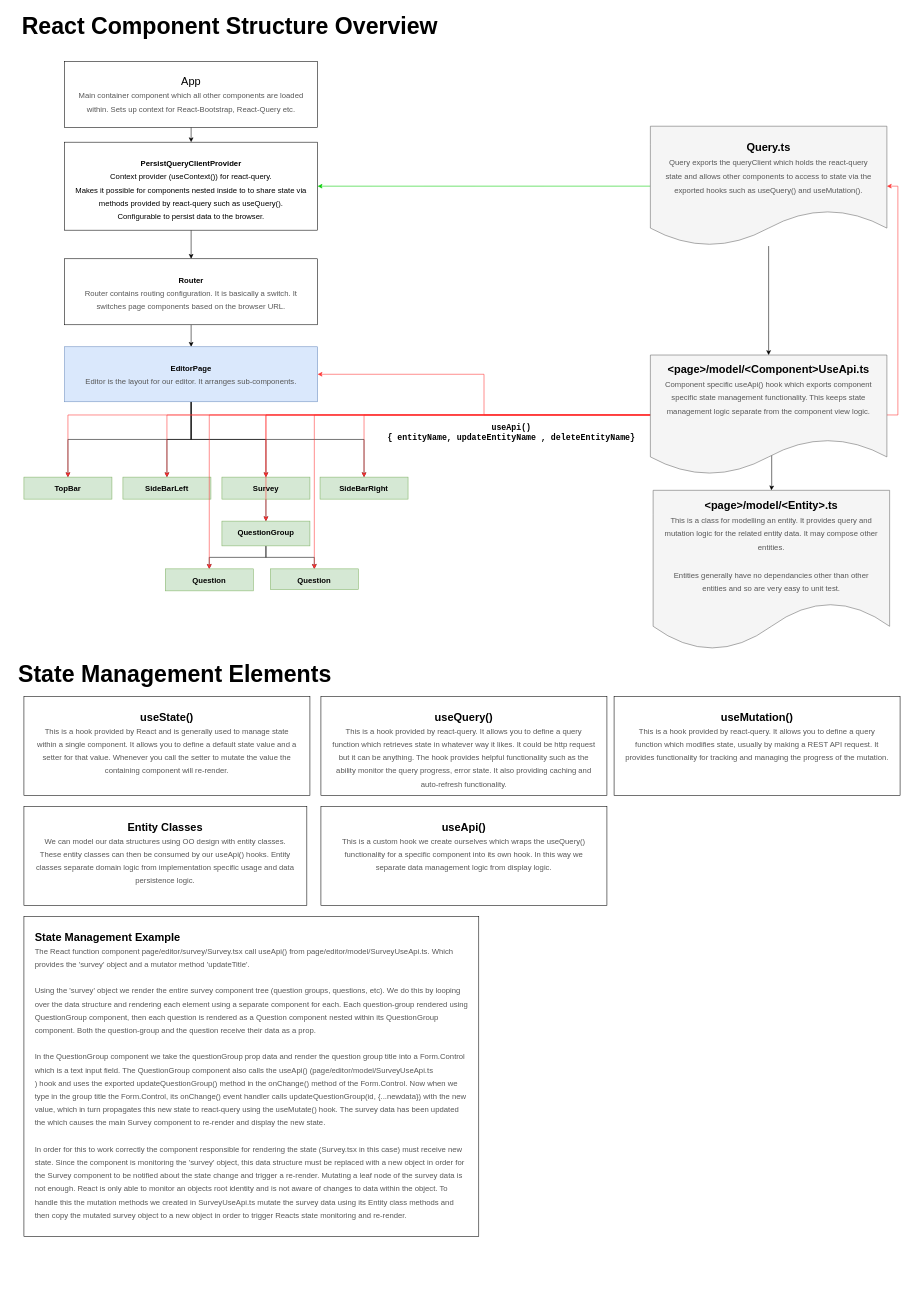
This is docs/ReactEditorComponents.drawio from LimeSurvey/react-app-proto, a draw.io file, before an edit. Source tidied: cells renumbered, new cells numbered last; positions are measured from the earlier drawing's top-left corner, leaving out a move shared by most shapes. Both pictures are drawn from the tidied source at 55%, with x=0, y=0 at pixel (9, 9).
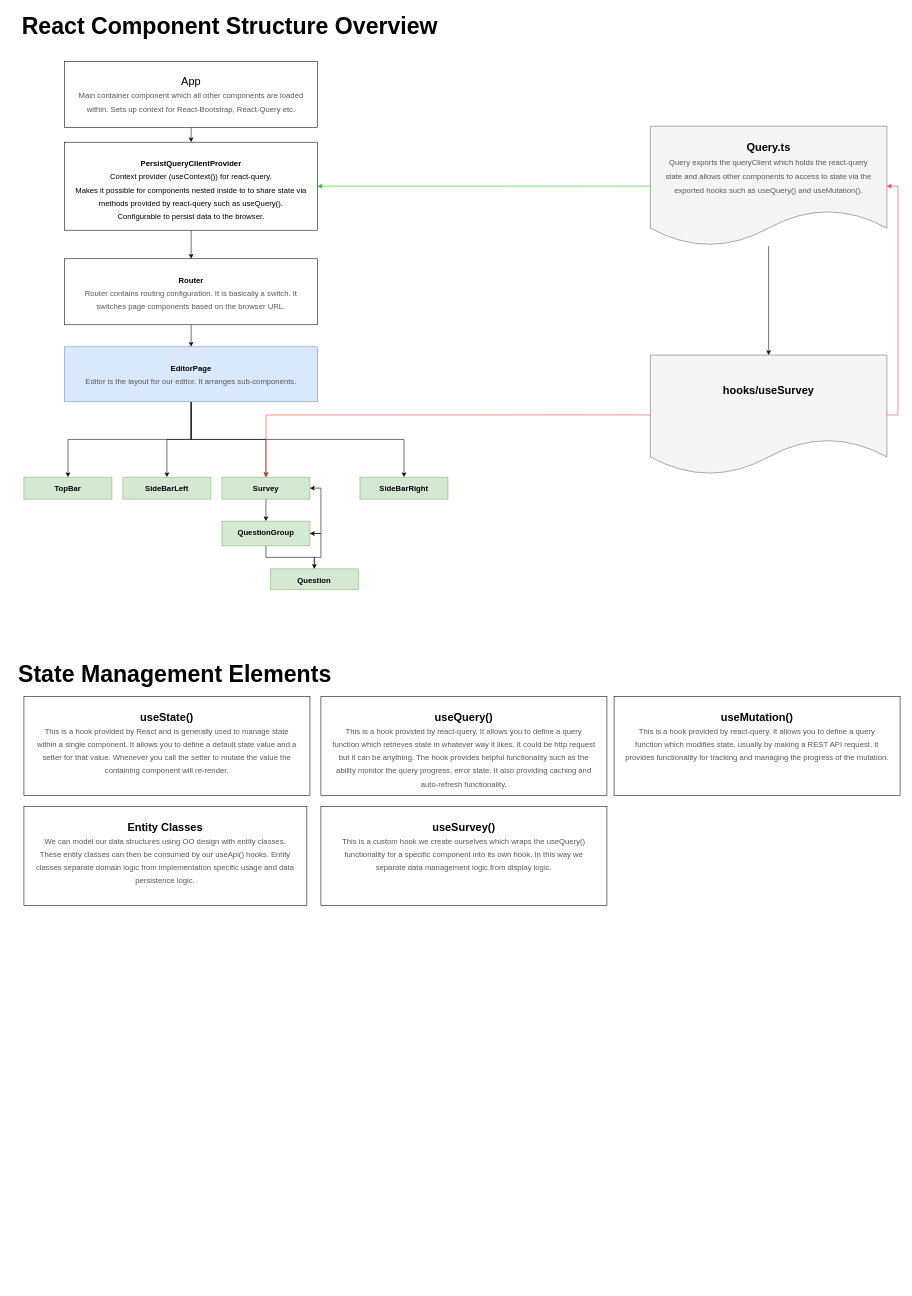
After the change.

The change refers to these unchanged cells:
```xml
<mxCell id="11" value="&lt;font style=&quot;font-size: 14px;&quot;&gt;EditorPage&lt;br&gt;&lt;font style=&quot;font-weight: normal;&quot; color=&quot;#575757&quot;&gt;Editor is the layout for our editor. It arranges sub-components.&lt;/font&gt;&lt;br&gt;&lt;/font&gt;" style="rounded=0;whiteSpace=wrap;html=1;labelPosition=center;verticalLabelPosition=middle;align=center;verticalAlign=top;fontStyle=1;fontSize=20;spacing=20;fillColor=#dae8fc;strokeColor=#6c8ebf;" parent="1" vertex="1">
  <mxGeometry x="100" y="613" width="460" height="100" as="geometry" />
</mxCell>
<mxCell id="13" value="&lt;font style=&quot;font-size: 14px;&quot;&gt;Survey&lt;br&gt;&lt;/font&gt;" style="rounded=0;whiteSpace=wrap;html=1;labelPosition=center;verticalLabelPosition=middle;align=center;verticalAlign=top;fontStyle=1;fontSize=20;fillColor=#d5e8d4;strokeColor=#82b366;" parent="1" vertex="1">
  <mxGeometry x="386" y="850" width="160" height="40" as="geometry" />
</mxCell>
<mxCell id="16" value="&lt;font style=&quot;font-size: 14px;&quot;&gt;QuestionGroup&lt;br&gt;&lt;/font&gt;" style="rounded=0;whiteSpace=wrap;html=1;labelPosition=center;verticalLabelPosition=middle;align=center;verticalAlign=top;fontStyle=1;fontSize=20;fillColor=#d5e8d4;strokeColor=#82b366;" parent="1" vertex="1">
  <mxGeometry x="386" y="930" width="160" height="45" as="geometry" />
</mxCell>
<mxCell id="18" value="&lt;font style=&quot;font-size: 14px;&quot;&gt;Question&lt;br&gt;&lt;/font&gt;" style="rounded=0;whiteSpace=wrap;html=1;labelPosition=center;verticalLabelPosition=middle;align=center;verticalAlign=top;fontStyle=1;fontSize=20;fillColor=#d5e8d4;strokeColor=#82b366;" parent="1" vertex="1">
  <mxGeometry x="474" y="1016.8" width="160" height="37.6" as="geometry" />
</mxCell>
<mxCell id="19" value="&lt;font style=&quot;font-size: 14px;&quot;&gt;SideBarLeft&lt;br&gt;&lt;/font&gt;" style="rounded=0;whiteSpace=wrap;html=1;labelPosition=center;verticalLabelPosition=middle;align=center;verticalAlign=top;fontStyle=1;fontSize=20;fillColor=#d5e8d4;strokeColor=#82b366;" parent="1" vertex="1">
  <mxGeometry x="206" y="850" width="160" height="40" as="geometry" />
</mxCell>
<mxCell id="23" value="&lt;font style=&quot;font-size: 14px;&quot;&gt;TopBar&lt;br&gt;&lt;/font&gt;" style="rounded=0;whiteSpace=wrap;html=1;labelPosition=center;verticalLabelPosition=middle;align=center;verticalAlign=top;fontStyle=1;fontSize=20;fillColor=#d5e8d4;strokeColor=#82b366;" parent="1" vertex="1">
  <mxGeometry x="26" y="850" width="160" height="40" as="geometry" />
</mxCell>
```

Diff of the diagram source:
```diff
@@
-    <mxCell id="14" style="edgeStyle=orthogonalEdgeStyle;rounded=0;jettySize=auto;html=1;entryX=0.5;entryY=0;entryDx=0;entryDy=0;" parent="1" edge="1" source="16" target="17">
-      <mxGeometry relative="1" as="geometry" />
-    </mxCell>
@@
+    <mxCell id="48" style="edgeStyle=orthogonalEdgeStyle;rounded=0;jettySize=auto;html=1;entryX=1;entryY=0.5;entryDx=0;entryDy=0;exitX=1;exitY=0.5;exitDx=0;exitDy=0;" parent="1" edge="1" source="16" target="13">
+      <mxGeometry relative="1" as="geometry" />
+    </mxCell>
@@
-    <mxCell id="17" value="&lt;font style=&quot;font-size: 14px;&quot;&gt;Question&lt;br&gt;&lt;/font&gt;" style="rounded=0;whiteSpace=wrap;html=1;labelPosition=center;verticalLabelPosition=middle;align=center;verticalAlign=top;fontStyle=1;fontSize=20;fillColor=#d5e8d4;strokeColor=#82b366;" parent="1" vertex="1">
-      <mxGeometry x="283" y="1016.8" width="160" height="40" as="geometry" />
-    </mxCell>
+    <mxCell id="49" style="edgeStyle=orthogonalEdgeStyle;rounded=0;jettySize=auto;html=1;entryX=1;entryY=0.5;entryDx=0;entryDy=0;" parent="1" edge="1" source="18" target="16">
+      <mxGeometry relative="1" as="geometry" />
+    </mxCell>
@@
     <mxCell id="20" value="&lt;font style=&quot;font-size: 14px;&quot;&gt;SideBarRight&lt;br&gt;&lt;/font&gt;" style="rounded=0;whiteSpace=wrap;html=1;labelPosition=center;verticalLabelPosition=middle;align=center;verticalAlign=top;fontStyle=1;fontSize=20;fillColor=#d5e8d4;strokeColor=#82b366;" parent="1" vertex="1">
-      <mxGeometry x="564.4" y="850" width="160" height="40" as="geometry" />
+      <mxGeometry x="637" y="850" width="160" height="40" as="geometry" />
     </mxCell>
@@
-    <mxCell id="24" value="useApi()&lt;br style=&quot;font-size: 19px;&quot;&gt;&lt;font color=&quot;#575757&quot;&gt;&lt;span style=&quot;font-size: 14px; font-weight: 400;&quot;&gt;This is a custom hook we create ourselves which wraps the useQuery() functionality for a specific component into its own hook. In this way we separate&amp;nbsp;data management&amp;nbsp;logic from display logic.&lt;/span&gt;&lt;br&gt;&lt;/font&gt;" style="rounded=0;whiteSpace=wrap;html=1;labelPosition=center;verticalLabelPosition=middle;align=center;verticalAlign=top;fontStyle=1;fontSize=20;spacing=20;" parent="1" vertex="1">
+    <mxCell id="24" value="useSurvey()&lt;br style=&quot;font-size: 19px;&quot;&gt;&lt;font color=&quot;#575757&quot;&gt;&lt;span style=&quot;font-size: 14px; font-weight: 400;&quot;&gt;This is a custom hook we create ourselves which wraps the useQuery() functionality for a specific component into its own hook. In this way we separate&amp;nbsp;data management&amp;nbsp;logic from display logic.&lt;/span&gt;&lt;br&gt;&lt;/font&gt;" style="rounded=0;whiteSpace=wrap;html=1;labelPosition=center;verticalLabelPosition=middle;align=center;verticalAlign=top;fontStyle=1;fontSize=20;spacing=20;" parent="1" vertex="1">
       <mxGeometry x="566" y="1449" width="520" height="180" as="geometry" />
     </mxCell>
@@
-    <mxCell id="29" value="State Management Example&lt;br style=&quot;font-size: 19px;&quot;&gt;&lt;font color=&quot;#575757&quot;&gt;&lt;span style=&quot;font-size: 14px; font-weight: 400;&quot;&gt;The React function component page/editor/survey/Survey.tsx call useApi() from page/editor/model/SurveyUseApi.ts. Which provides the 'survey' object and a mutator method 'updateTitle'.&lt;/span&gt;&lt;br&gt;&lt;br&gt;&lt;span style=&quot;font-size: 14px; font-weight: 400;&quot;&gt;Using the 'survey' object we render the entire survey component tree (question groups, questions, etc). We do this by looping over the data structure and rendering each element using a separate&amp;nbsp;component for each. Each question-group rendered using QuestionGroup component, then each question is rendered as a Question component nested within its QuestionGroup component. Both the question-group and the question receive&amp;nbsp;their data as a prop. &lt;br&gt;&lt;br&gt;In the QuestionGroup component we take the questionGroup prop data and render the question group title into a Form.Control which is a text input field. The QuestionGroup component also calls the useApi() (&lt;/span&gt;&lt;/font&gt;&lt;span style=&quot;color: rgb(87, 87, 87); font-size: 14px; font-weight: 400;&quot;&gt;page/editor/model/SurveyUseApi.ts&lt;/span&gt;&lt;font color=&quot;#575757&quot;&gt;&lt;span style=&quot;font-size: 14px; font-weight: 400;&quot;&gt;&lt;br&gt;) hook and uses the exported updateQuestionGroup() method in the onChange() method of the&amp;nbsp;&lt;/span&gt;&lt;/font&gt;&lt;span style=&quot;color: rgb(87, 87, 87); font-size: 14px; font-weight: 400;&quot;&gt;Form.Control. Now when we type in the group title the Form.Control, its&amp;nbsp;&lt;/span&gt;&lt;span style=&quot;color: rgb(87, 87, 87); font-size: 14px; font-weight: 400;&quot;&gt;onChange() event handler calls&amp;nbsp;&lt;/span&gt;&lt;font color=&quot;#575757&quot;&gt;&lt;span style=&quot;font-size: 14px; font-weight: 400;&quot;&gt;updateQuestionGroup(id, {...newdata}) with the new value, which in turn propagates&amp;nbsp;this new state to react-query using the useMutate() hook. The survey data has been updated the which causes the main Survey component to re-render and display the new state.&lt;/span&gt;&lt;br&gt;&lt;br&gt;&lt;span style=&quot;font-size: 14px; font-weight: 400;&quot;&gt;In order for this to work correctly the component responsible for rendering the state (Survey.tsx in this case) must receive&amp;nbsp;new state. Since the component is monitoring the 'survey' object, this data structure must be replaced with a new object in order for the Survey component to be notified about the state change and trigger a re-render. Mutating a leaf node of the survey data is not enough. React is only able to monitor an objects root identity and is not aware of changes to data within the object. To handle this the mutation methods we created in&amp;nbsp;&lt;/span&gt;&lt;/font&gt;&lt;span style=&quot;color: rgb(87, 87, 87); font-size: 14px; font-weight: 400;&quot;&gt;SurveyUseApi.ts mutate the survey data using its Entity class methods and then copy the mutated survey object to a new object in order to trigger Reacts state monitoring and re-render.&lt;/span&gt;&lt;font color=&quot;#575757&quot;&gt;&lt;br&gt;&lt;br&gt;&lt;br&gt;&lt;br&gt;&lt;br&gt;&lt;br&gt;&lt;/font&gt;" style="rounded=0;whiteSpace=wrap;html=1;labelPosition=center;verticalLabelPosition=middle;align=left;verticalAlign=top;fontStyle=1;fontSize=20;perimeterSpacing=0;spacing=20;" parent="1" vertex="1">
-      <mxGeometry x="26" y="1649" width="827" height="582" as="geometry" />
-    </mxCell>
@@
-    <mxCell id="32" style="edgeStyle=orthogonalEdgeStyle;rounded=0;jettySize=auto;html=1;entryX=0.5;entryY=0;entryDx=0;entryDy=0;exitX=0.513;exitY=0.836;exitDx=0;exitDy=0;exitPerimeter=0;" parent="1" edge="1" source="44" target="47">
-      <mxGeometry relative="1" as="geometry" />
-    </mxCell>
@@
-    <mxCell id="34" style="edgeStyle=orthogonalEdgeStyle;rounded=0;jettySize=auto;html=1;entryX=0.5;entryY=0;entryDx=0;entryDy=0;strokeColor=#FF3333;exitX=0;exitY=0.5;exitDx=0;exitDy=0;" parent="1" edge="1" source="44" target="16">
-      <mxGeometry relative="1" as="geometry" />
-    </mxCell>
-    <mxCell id="35" style="edgeStyle=orthogonalEdgeStyle;rounded=0;jettySize=auto;html=1;entryX=0.5;entryY=0;entryDx=0;entryDy=0;strokeColor=#FF3333;exitX=0;exitY=0.5;exitDx=0;exitDy=0;" parent="1" edge="1" source="44" target="18">
-      <mxGeometry relative="1" as="geometry" />
-    </mxCell>
-    <mxCell id="36" style="edgeStyle=orthogonalEdgeStyle;rounded=0;jettySize=auto;html=1;entryX=0.5;entryY=0;entryDx=0;entryDy=0;strokeColor=#FF3333;exitX=0;exitY=0.5;exitDx=0;exitDy=0;" parent="1" edge="1" source="44" target="17">
-      <mxGeometry relative="1" as="geometry" />
-    </mxCell>
-    <mxCell id="37" style="edgeStyle=orthogonalEdgeStyle;rounded=0;jettySize=auto;html=1;entryX=0.5;entryY=0;entryDx=0;entryDy=0;strokeColor=#FF3333;exitX=0;exitY=0.5;exitDx=0;exitDy=0;" parent="1" edge="1" source="44" target="19">
-      <mxGeometry relative="1" as="geometry" />
-    </mxCell>
-    <mxCell id="38" style="edgeStyle=orthogonalEdgeStyle;rounded=0;jettySize=auto;html=1;entryX=0.5;entryY=0;entryDx=0;entryDy=0;strokeColor=#FF3333;labelBackgroundColor=none;exitX=0;exitY=0.5;exitDx=0;exitDy=0;" parent="1" edge="1" source="44" target="23">
-      <mxGeometry relative="1" as="geometry" />
-    </mxCell>
-    <mxCell id="39" value="useApi()&lt;br style=&quot;font-size: 15px;&quot;&gt;{ entityName, updateEntityName , deleteEntityName}" style="edgeLabel;html=1;align=center;verticalAlign=middle;labelBackgroundColor=none;rounded=0;fontSize=15;fontFamily=Courier New;fontStyle=1;" parent="38" vertex="1">
-      <mxGeometry x="-0.65" y="-6" relative="1" as="geometry">
-        <mxPoint x="-48" y="39" as="offset" />
-      </mxGeometry>
-    </mxCell>
@@
-    <mxCell id="41" style="edgeStyle=orthogonalEdgeStyle;rounded=0;jettySize=auto;html=1;entryX=1;entryY=0.5;entryDx=0;entryDy=0;strokeColor=#FF3333;fontSize=14;fontColor=#FF3333;exitX=0;exitY=0.5;exitDx=0;exitDy=0;" parent="1" edge="1" source="44" target="11">
-      <mxGeometry relative="1" as="geometry" />
-    </mxCell>
-    <mxCell id="42" style="edgeStyle=orthogonalEdgeStyle;rounded=0;jettySize=auto;html=1;strokeColor=#FF3333;fontSize=14;fontColor=#FF3333;exitX=0;exitY=0.5;exitDx=0;exitDy=0;" parent="1" edge="1" source="44" target="20">
-      <mxGeometry relative="1" as="geometry" />
-    </mxCell>
@@
-    <mxCell id="44" value="&lt;span style=&quot;color: rgb(0, 0, 0); font-family: Helvetica; font-size: 20px; font-weight: 700;&quot;&gt;&amp;lt;page&amp;gt;/model/&amp;lt;Component&amp;gt;UseApi.ts&lt;/span&gt;&lt;br style=&quot;color: rgb(0, 0, 0); font-family: Helvetica; font-weight: 700; font-size: 19px;&quot;&gt;&lt;font style=&quot;font-family: Helvetica; font-size: 20px; font-weight: 700;&quot; color=&quot;#575757&quot;&gt;&lt;span style=&quot;font-size: 14px; font-weight: 400;&quot;&gt;Component specific useApi() hook which exports component specific state management&amp;nbsp;functionality. This keeps state management&amp;nbsp;logic separate&amp;nbsp;from the component view logic.&lt;/span&gt;&lt;br&gt;&lt;br&gt;&lt;/font&gt;" style="shape=document;whiteSpace=wrap;html=1;boundedLbl=1;fontFamily=Courier New;fontSize=15;fontColor=#333333;spacing=20;fillColor=#f5f5f5;strokeColor=#666666;" parent="1" vertex="1">
+    <mxCell id="44" value="&lt;span style=&quot;color: rgb(0, 0, 0); font-family: Helvetica; font-size: 20px; font-weight: 700;&quot;&gt;hooks/useSurvey&lt;/span&gt;&lt;br style=&quot;color: rgb(0, 0, 0); font-family: Helvetica; font-weight: 700; font-size: 19px;&quot;&gt;&lt;font style=&quot;font-family: Helvetica; font-size: 20px; font-weight: 700;&quot; color=&quot;#575757&quot;&gt;&lt;br&gt;&lt;/font&gt;" style="shape=document;whiteSpace=wrap;html=1;boundedLbl=1;fontFamily=Courier New;fontSize=15;fontColor=#333333;spacing=20;fillColor=#f5f5f5;strokeColor=#666666;" parent="1" vertex="1">
       <mxGeometry x="1165" y="628" width="430" height="217.9" as="geometry" />
     </mxCell>
@@
-    <mxCell id="47" value="&lt;span style=&quot;color: rgb(0, 0, 0); font-family: Helvetica; font-size: 20px; font-weight: 700;&quot;&gt;&amp;lt;page&amp;gt;/model/&amp;lt;Entity&amp;gt;.ts&lt;/span&gt;&lt;br style=&quot;color: rgb(0, 0, 0); font-family: Helvetica; font-weight: 700; font-size: 19px;&quot;&gt;&lt;font style=&quot;font-family: Helvetica; font-size: 20px; font-weight: 700;&quot; color=&quot;#575757&quot;&gt;&lt;span style=&quot;font-size: 14px; font-weight: 400;&quot;&gt;This is a class for modelling an entity. It provides query and mutation logic for the related entity data. It may compose other entities.&lt;br&gt;&lt;br&gt;Entities generally&amp;nbsp;have no dependancies other than other entities and so are very easy to unit test.&lt;/span&gt;&lt;/font&gt;&lt;font style=&quot;font-family: Helvetica; font-size: 20px; font-weight: 700;&quot; color=&quot;#575757&quot;&gt;&lt;br&gt;&lt;/font&gt;" style="shape=document;whiteSpace=wrap;html=1;boundedLbl=1;fontFamily=Courier New;fontSize=15;fontColor=#333333;spacing=20;fillColor=#f5f5f5;strokeColor=#666666;" parent="1" vertex="1">
-      <mxGeometry x="1170" y="874" width="430" height="290.9" as="geometry" />
-    </mxCell>
```
